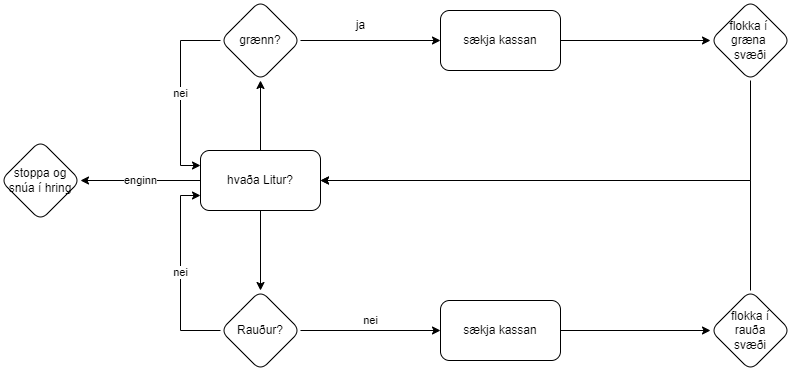
Above: lokaverk/lokaverk.png in fannarfent/Robo (draw.io), before the change. Source tidied: cells renumbered, new cells last; positions are measured from the earlier drawing's top-left corner, leaving out a move shared by most shapes.
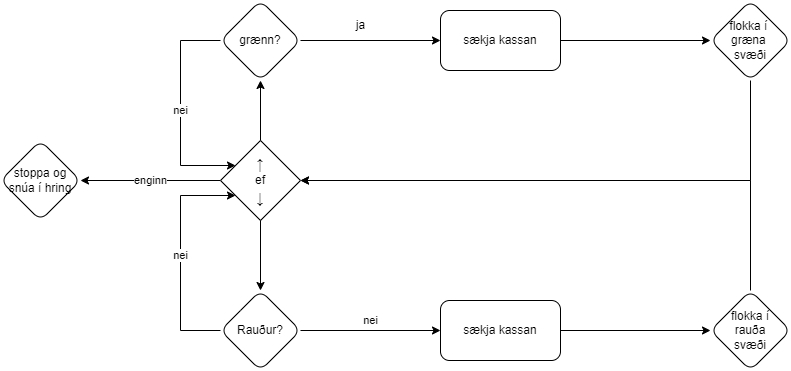
Above is the later version.

Diff of the diagram source:
```diff
@@ -2,22 +2,23 @@
   <root>
     <mxCell id="0" />
     <mxCell id="1" parent="0" />
-    <mxCell id="2" style="edgeStyle=orthogonalEdgeStyle;rounded=0;jettySize=auto;html=1;" parent="1" edge="1" source="5" target="8">
-      <mxGeometry relative="1" as="geometry" />
+    <mxCell id="2" style="edgeStyle=orthogonalEdgeStyle;rounded=0;jettySize=auto;html=1;" parent="1" edge="1" target="8">
+      <mxGeometry relative="1" as="geometry">
+        <mxPoint x="260" y="150" as="sourcePoint" />
+      </mxGeometry>
     </mxCell>
-    <mxCell id="3" style="edgeStyle=orthogonalEdgeStyle;rounded=0;jettySize=auto;html=1;" parent="1" edge="1" source="5" target="15">
-      <mxGeometry relative="1" as="geometry" />
+    <mxCell id="3" style="edgeStyle=orthogonalEdgeStyle;rounded=0;jettySize=auto;html=1;" parent="1" edge="1" target="15">
+      <mxGeometry relative="1" as="geometry">
+        <mxPoint x="260" y="210" as="sourcePoint" />
+      </mxGeometry>
     </mxCell>
-    <mxCell id="4" value="enginn" style="edgeStyle=orthogonalEdgeStyle;rounded=0;jettySize=auto;html=1;" parent="1" edge="1" source="5" target="20">
+    <mxCell id="4" value="enginn" style="edgeStyle=orthogonalEdgeStyle;rounded=0;jettySize=auto;html=1;" parent="1" edge="1" source="22" target="20">
       <mxGeometry relative="1" as="geometry" />
     </mxCell>
-    <mxCell id="5" value="hvaða Litur?" style="rounded=1;whiteSpace=wrap;html=1;" parent="1" vertex="1">
-      <mxGeometry x="200" y="150" width="120" height="60" as="geometry" />
-    </mxCell>
     <mxCell id="6" style="edgeStyle=orthogonalEdgeStyle;rounded=0;jettySize=auto;html=1;" parent="1" edge="1" source="8" target="10">
       <mxGeometry relative="1" as="geometry" />
     </mxCell>
-    <mxCell id="7" value="nei" style="edgeStyle=orthogonalEdgeStyle;rounded=0;jettySize=auto;html=1;entryX=0;entryY=0.25;entryDx=0;entryDy=0;" parent="1" edge="1" source="8" target="5">
+    <mxCell id="7" value="nei" style="edgeStyle=orthogonalEdgeStyle;rounded=0;jettySize=auto;html=1;" parent="1" edge="1" source="8" target="22">
       <mxGeometry relative="1" as="geometry">
         <Array as="points">
           <mxPoint x="180" y="40" />
@@ -34,7 +35,7 @@
     <mxCell id="10" value="sækja kassan" style="whiteSpace=wrap;html=1;rounded=1;" parent="1" vertex="1">
       <mxGeometry x="440" y="10" width="120" height="60" as="geometry" />
     </mxCell>
-    <mxCell id="11" style="edgeStyle=orthogonalEdgeStyle;rounded=0;jettySize=auto;html=1;entryX=1;entryY=0.5;entryDx=0;entryDy=0;" parent="1" edge="1" source="12" target="5">
+    <mxCell id="11" style="edgeStyle=orthogonalEdgeStyle;rounded=0;jettySize=auto;html=1;" parent="1" edge="1" source="12" target="22">
       <mxGeometry relative="1" as="geometry">
         <Array as="points">
           <mxPoint x="750" y="180" />
@@ -47,8 +48,13 @@
     <mxCell id="13" value="nei" style="edgeStyle=orthogonalEdgeStyle;rounded=0;jettySize=auto;html=1;" parent="1" edge="1" source="15" target="17">
       <mxGeometry y="10" relative="1" as="geometry" />
     </mxCell>
-    <mxCell id="14" value="nei" style="edgeStyle=orthogonalEdgeStyle;rounded=0;jettySize=auto;html=1;exitX=0;exitY=0.5;exitDx=0;exitDy=0;entryX=0;entryY=0.75;entryDx=0;entryDy=0;" parent="1" edge="1" source="15" target="5">
-      <mxGeometry relative="1" as="geometry" />
+    <mxCell id="14" value="nei" style="edgeStyle=orthogonalEdgeStyle;rounded=0;jettySize=auto;html=1;exitX=0;exitY=0.5;exitDx=0;exitDy=0;" parent="1" edge="1" source="15" target="22">
+      <mxGeometry relative="1" as="geometry">
+        <Array as="points">
+          <mxPoint x="180" y="330" />
+          <mxPoint x="180" y="195" />
+        </Array>
+      </mxGeometry>
     </mxCell>
     <mxCell id="15" value="Rauður?" style="rhombus;whiteSpace=wrap;html=1;rounded=1;" parent="1" vertex="1">
       <mxGeometry x="220" y="290" width="80" height="80" as="geometry" />
@@ -59,7 +65,7 @@
     <mxCell id="17" value="sækja kassan" style="whiteSpace=wrap;html=1;rounded=1;" parent="1" vertex="1">
       <mxGeometry x="440" y="300" width="120" height="60" as="geometry" />
     </mxCell>
-    <mxCell id="18" style="edgeStyle=orthogonalEdgeStyle;rounded=0;jettySize=auto;html=1;entryX=1;entryY=0.5;entryDx=0;entryDy=0;" parent="1" edge="1" source="19" target="5">
+    <mxCell id="18" style="edgeStyle=orthogonalEdgeStyle;rounded=0;jettySize=auto;html=1;" parent="1" edge="1" source="19" target="22">
       <mxGeometry relative="1" as="geometry">
         <Array as="points">
           <mxPoint x="750" y="180" />
@@ -75,5 +81,8 @@
     <mxCell id="21" value="ja&lt;br&gt;" style="text;html=1;align=center;verticalAlign=middle;strokeColor=none;fillColor=none;" parent="1" vertex="1">
       <mxGeometry x="345" y="10" width="30" height="30" as="geometry" />
     </mxCell>
+    <mxCell id="22" value="&lt;b style=&quot;font-family: arial, sans-serif; font-size: 16px; text-align: left;&quot;&gt;↑&lt;/b&gt;&lt;br&gt;ef&lt;br&gt;&lt;span style=&quot;font-family: arial, sans-serif; font-size: 16px; text-align: left;&quot;&gt;↓&lt;/span&gt;" style="rhombus;whiteSpace=wrap;html=1;" parent="1" vertex="1">
+      <mxGeometry x="220" y="140" width="80" height="80" as="geometry" />
+    </mxCell>
   </root>
 </mxGraphModel>
```
